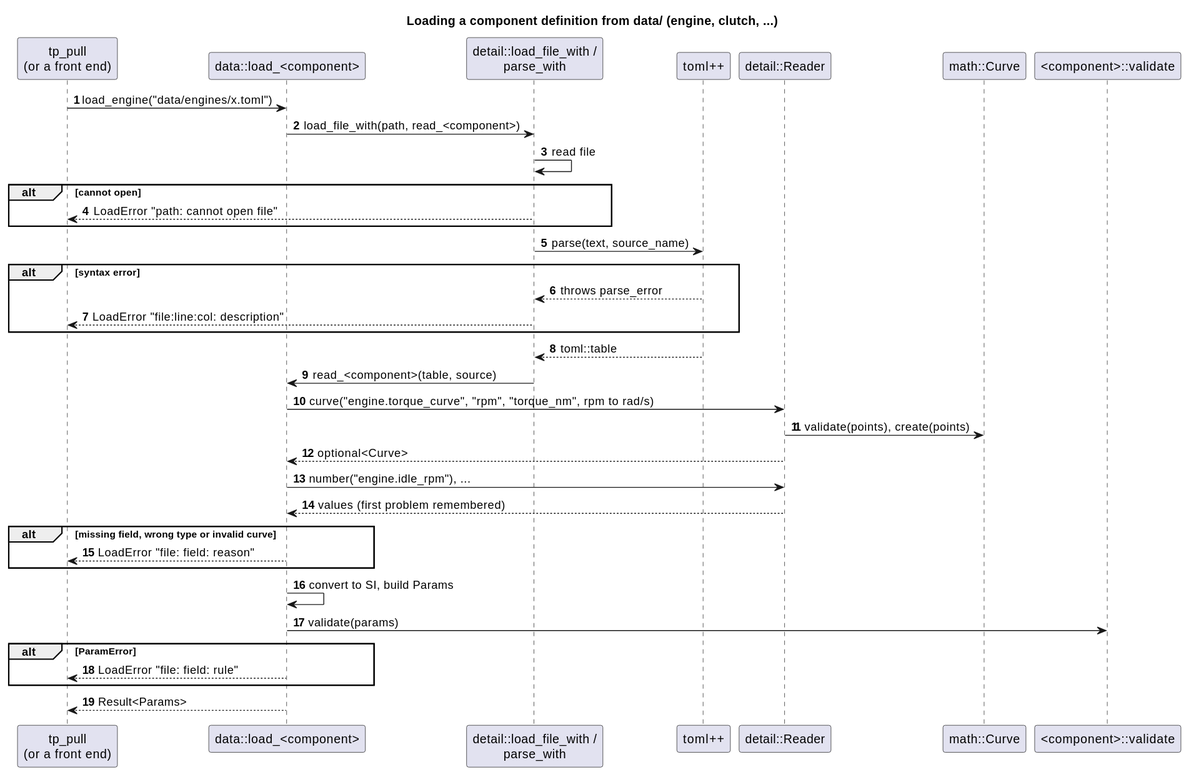
Before: docs/diagrams/svg/load_component_sequence.svg, a diagram exported from PlantUML (wversteeg/TractorPulling).
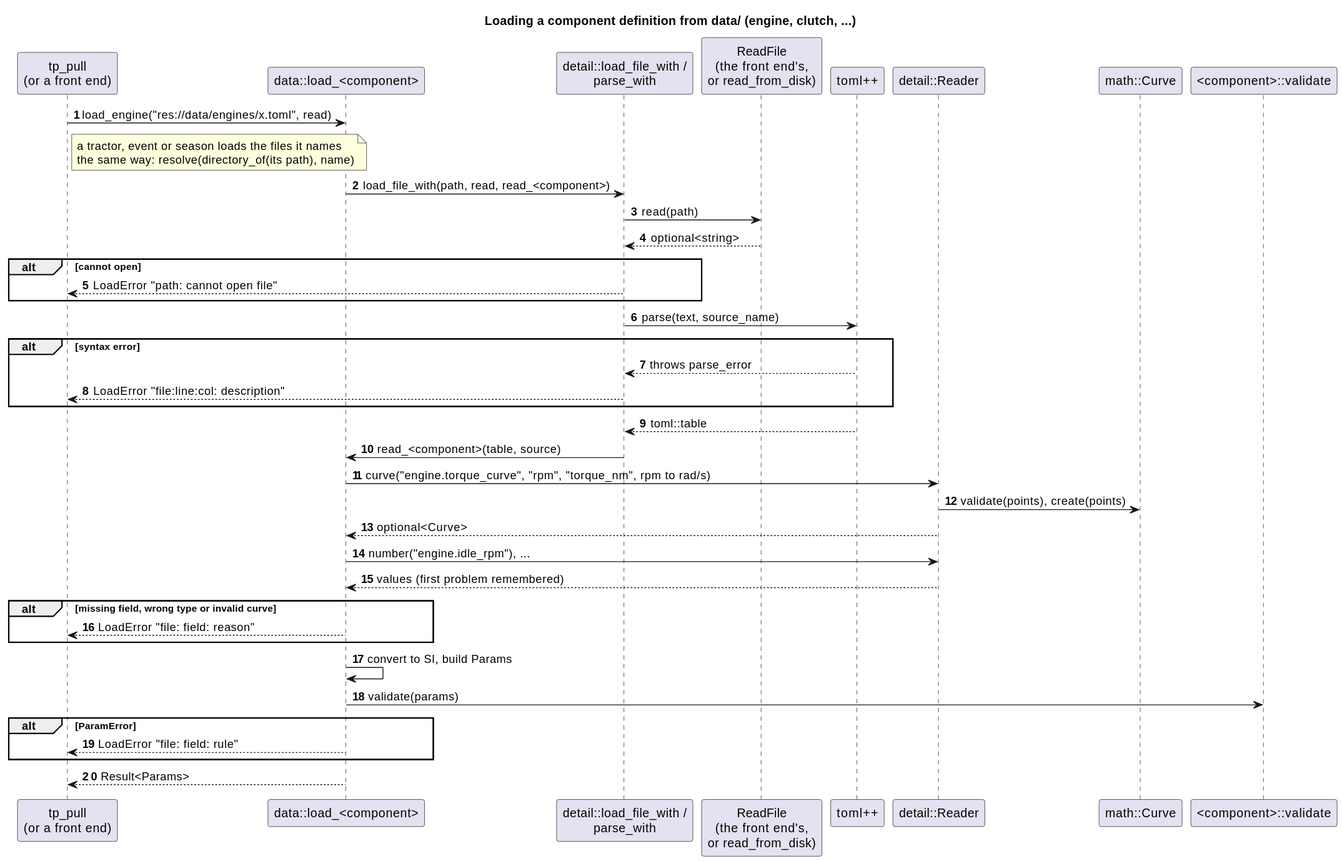
After the change.

What changed in the source:
```diff
@@ -4,14 +4,17 @@
 participant "tp_pull\n(or a front end)" as App
 participant "data::load_<component>" as Load
 participant "detail::load_file_with /\nparse_with" as Parse
+participant "ReadFile\n(the front end's,\nor read_from_disk)" as Read
 participant "toml++" as Toml
 participant "detail::Reader" as Reader
 participant "math::Curve" as Curve
 participant "<component>::validate" as Validate
 
-App -> Load : load_engine("data/engines/x.toml")
-Load -> Parse : load_file_with(path, read_<component>)
-Parse -> Parse : read file
+App -> Load : load_engine("res://data/engines/x.toml", read)
+note right of App : a tractor, event or season loads the files it names\nthe same way: resolve(directory_of(its path), name)
+Load -> Parse : load_file_with(path, read, read_<component>)
+Parse -> Read : read(path)
+Read --> Parse : optional<string>
 alt cannot open
   Parse --> App : LoadError "path: cannot open file"
 end
```
